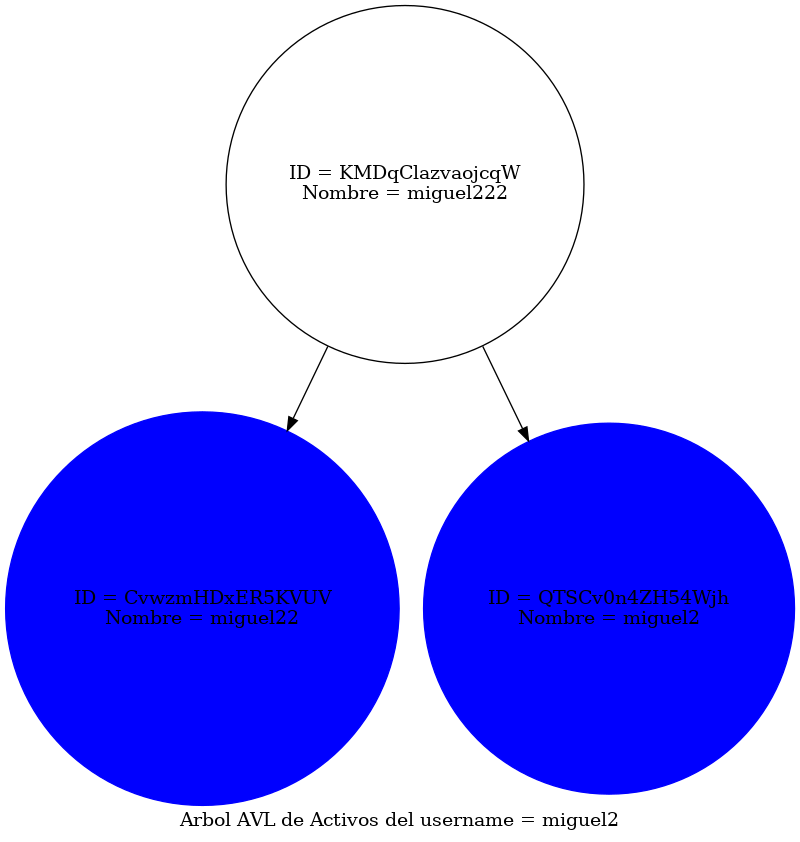
Before: src/Reportes/arbol_Usua.png, a diagram exported from Graphviz (miguel-tubac/-EDD-Proyecto1_202101927). Its source is kept beside it as src/Reportes/arbol_Usua.dot.
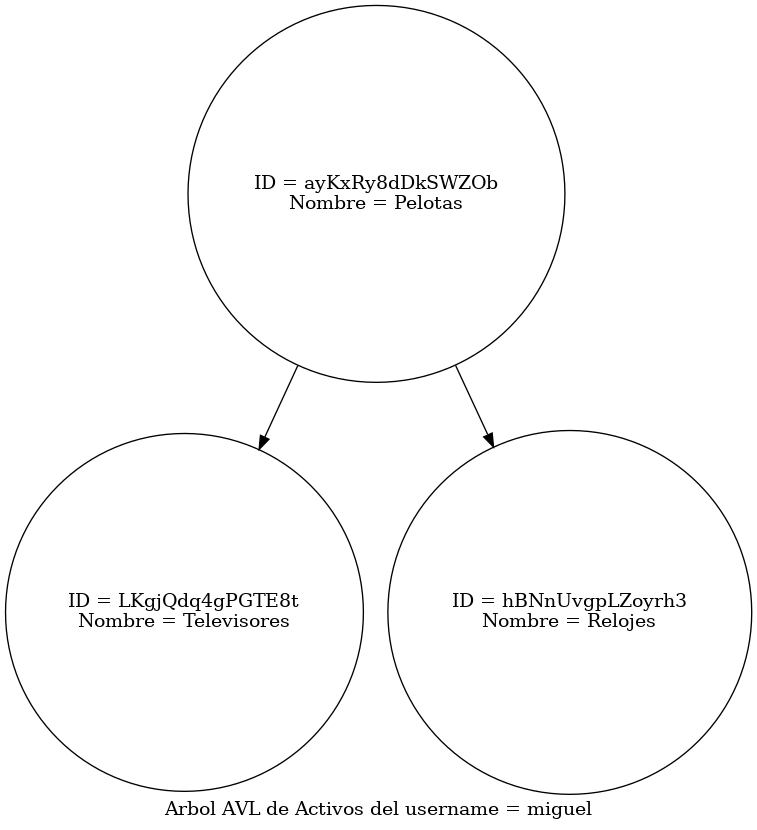
After the change.

Diff of the diagram source:
```diff
@@ -1,9 +1,9 @@
 digraph AVLTree {
-	label="Arbol AVL de Activos del username = miguel2";
+	label="Arbol AVL de Activos del username = miguel";
     node [shape=circle];
-    "KMDqClazvaojcqW" [label="ID = KMDqClazvaojcqW\nNombre = miguel222"];
-    "KMDqClazvaojcqW" -> "CvwzmHDxER5KVUV";
-    "CvwzmHDxER5KVUV" [color= blue, style=filled label="ID = CvwzmHDxER5KVUV\nNombre = miguel22"];
-    "KMDqClazvaojcqW" -> "QTSCv0n4ZH54Wjh";
-    "QTSCv0n4ZH54Wjh" [color= blue, style=filled label="ID = QTSCv0n4ZH54Wjh\nNombre = miguel2"];
+    "ayKxRy8dDkSWZOb" [label="ID = ayKxRy8dDkSWZOb\nNombre = Pelotas"];
+    "ayKxRy8dDkSWZOb" -> "LKgjQdq4gPGTE8t";
+    "LKgjQdq4gPGTE8t" [label="ID = LKgjQdq4gPGTE8t\nNombre = Televisores"];
+    "ayKxRy8dDkSWZOb" -> "hBNnUvgpLZoyrh3";
+    "hBNnUvgpLZoyrh3" [label="ID = hBNnUvgpLZoyrh3\nNombre = Relojes"];
 }
```
